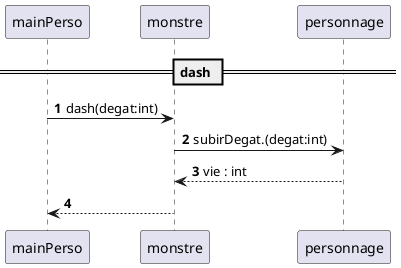
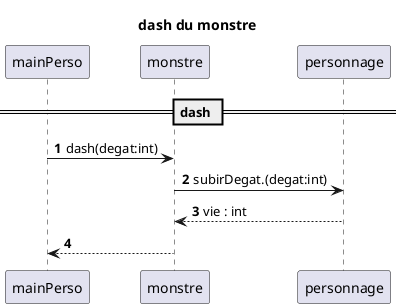
@startuml
'https://plantuml.com/sequence-diagram

autonumber

== dash ==
- 
+ title dash du monstre
participant mainPerso


participant monstre


participant personnage

mainPerso -> monstre : dash(degat:int)
monstre -> personnage : subirDegat.(degat:int)
personnage --> monstre : vie : int
monstre --> mainPerso
@enduml